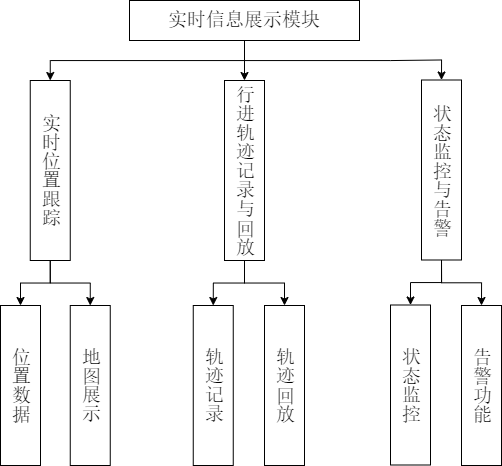
This is 4.实时信息展示模块.drawio.png from w1791105996/About-CSS3, a draw.io export, as it was before one commit. Source tidied: cells renumbered, new cells last; positions are measured from the earlier drawing's top-left corner, leaving out a move shared by most shapes.
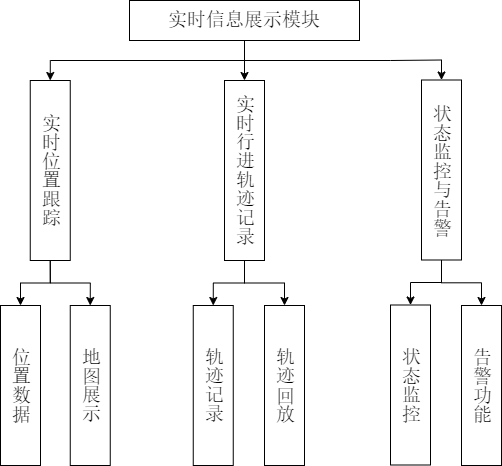
After the change.

Commit message:
更新4.实时信息展示模块.drawio.png

Diff of the diagram source:
```diff
@@ -29,7 +29,7 @@
     <mxCell id="10" style="edgeStyle=orthogonalEdgeStyle;rounded=0;jettySize=auto;html=1;exitX=0.5;exitY=1;exitDx=0;exitDy=0;entryX=0.5;entryY=0;entryDx=0;entryDy=0;" parent="1" edge="1" source="11" target="18">
       <mxGeometry relative="1" as="geometry" />
     </mxCell>
-    <mxCell id="11" value="行进轨迹记录与回放" style="rounded=0;whiteSpace=wrap;html=1;textDirection=vertical-lr;horizontal=1;fontFamily=宋体;spacingTop=0;fontSize=19;" parent="1" vertex="1">
+    <mxCell id="11" value="实时行进轨迹记录" style="rounded=0;whiteSpace=wrap;html=1;textDirection=vertical-lr;horizontal=1;fontFamily=宋体;spacingTop=0;fontSize=19;" parent="1" vertex="1">
       <mxGeometry x="224" y="80" width="40" height="180" as="geometry" />
     </mxCell>
     <mxCell id="12" style="edgeStyle=orthogonalEdgeStyle;rounded=0;jettySize=auto;html=1;exitX=0.5;exitY=1;exitDx=0;exitDy=0;entryX=0.5;entryY=0;entryDx=0;entryDy=0;" parent="1" edge="1" source="14" target="19">
```
